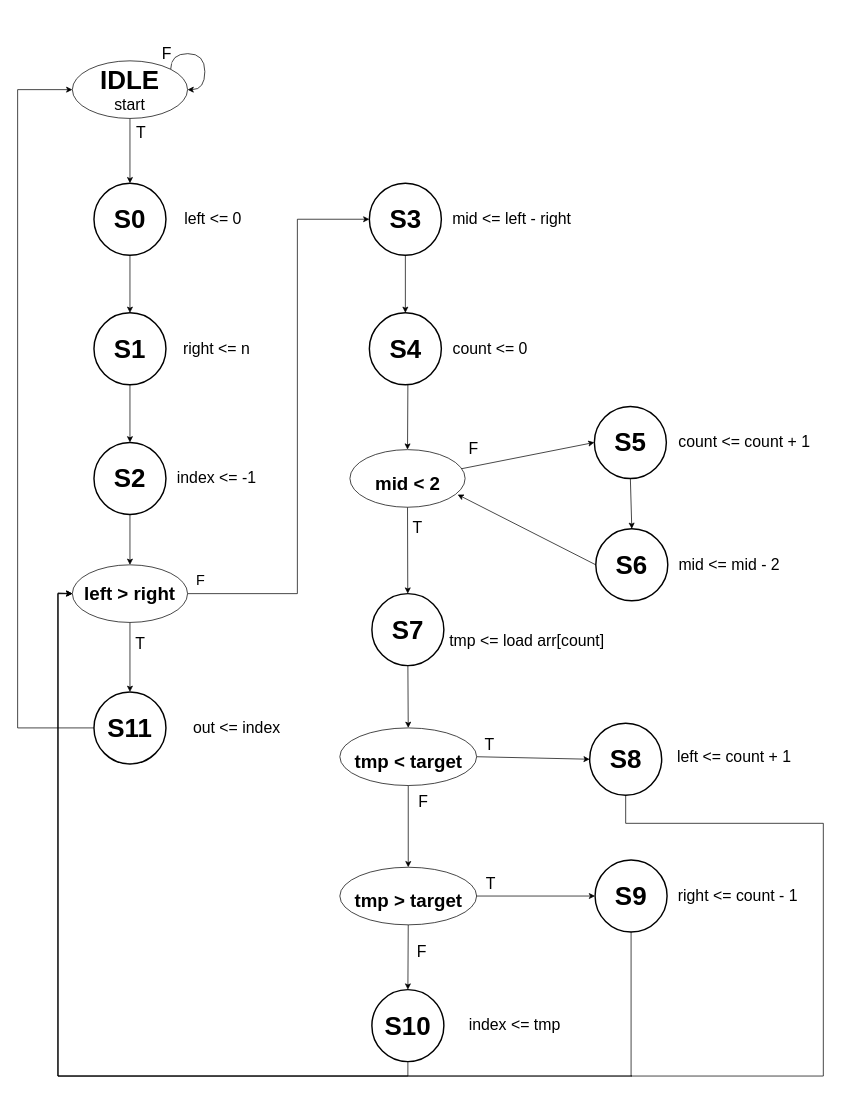
liakoyras/school-projects keeps this draw.io diagram as Integrated Circuits/Project 8/FSMD/Homework 8.drawio. Above is the earlier version. Source tidied: cells renumbered, new cells numbered last; positions are measured from the earlier drawing's top-left corner, leaving out a move shared by most shapes. Both pictures are drawn from the tidied source at 72%, with x=0, y=0 at pixel (17, 53).
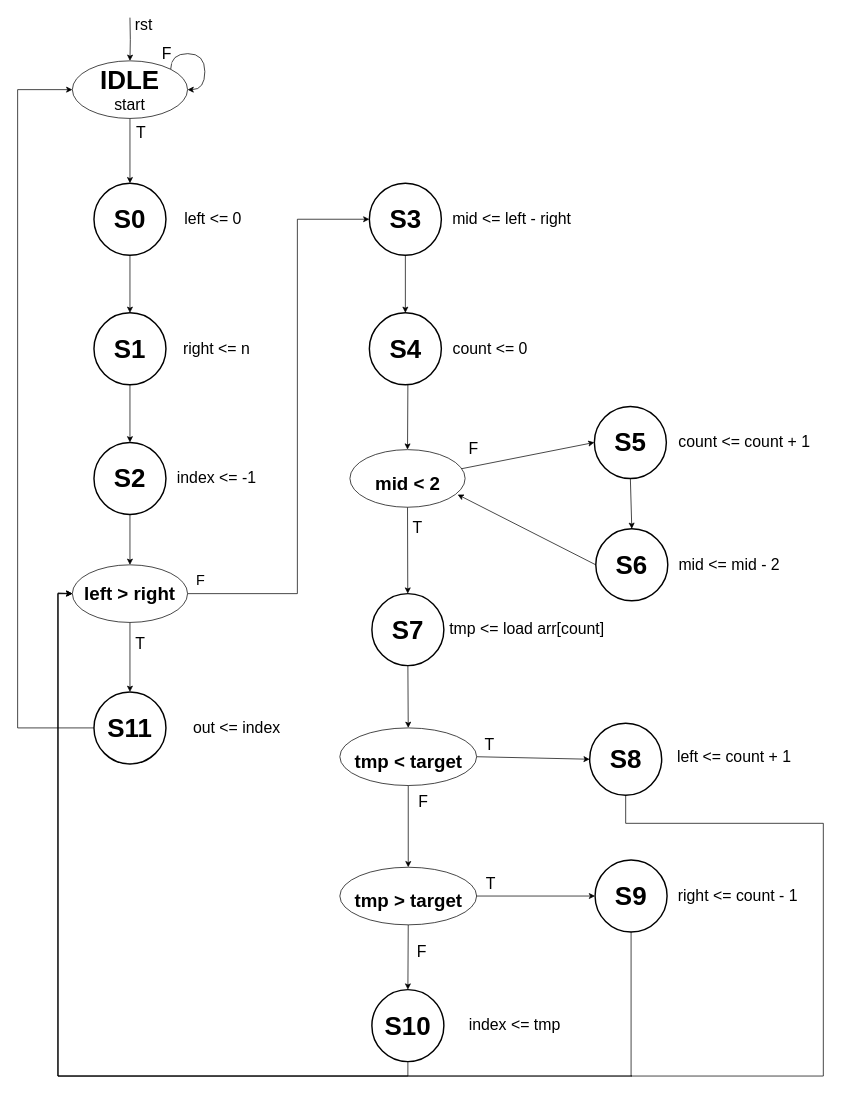
After the change.

Commit message (it also covers changes not shown here):
Integrated Circuits-8: Minor fixes on the FSMDs and the verilog algorithm. Added the datapath diagram.

Unchanged cells that the change refers to:
```xml
<mxCell id="41" style="group;" parent="1" vertex="1">
  <mxGeometry x="492" y="750" width="304.5" height="100" as="geometry" />
</mxCell>
<mxCell id="78" value="&lt;div&gt;&lt;font style=&quot;font-size: 36px&quot;&gt;&lt;b&gt;&lt;font style=&quot;font-size: 36px&quot;&gt;IDLE&lt;/font&gt;&lt;/b&gt;&lt;br&gt;&lt;/font&gt;&lt;/div&gt;&lt;div style=&quot;font-size: 22px&quot;&gt;start&lt;br&gt;&lt;font style=&quot;font-size: 36px&quot;&gt;&lt;/font&gt;&lt;/div&gt;" style="ellipse;whiteSpace=wrap;html=1;" parent="1" vertex="1">
  <mxGeometry x="76" y="10" width="160" height="80" as="geometry" />
</mxCell>
```

Diff of the diagram source:
```diff
@@
     <mxCell id="42" value="&lt;font style=&quot;font-size: 22px&quot;&gt;tmp &amp;lt;= load arr[count]&lt;/font&gt;" style="text;html=1;align=center;verticalAlign=middle;" parent="41" vertex="1">
-      <mxGeometry x="100" y="56" width="230" height="20" as="geometry" />
+      <mxGeometry x="100" y="40" width="230" height="20" as="geometry" />
     </mxCell>
@@
+    <mxCell id="85" style="edgeStyle=orthogonalEdgeStyle;rounded=0;jettySize=auto;html=1;exitX=0.5;exitY=0;exitDx=0;exitDy=0;entryX=0.5;entryY=0;entryDx=0;entryDy=0;" parent="1" edge="1" target="78">
+      <mxGeometry relative="1" as="geometry">
+        <mxPoint x="156" y="-50" as="sourcePoint" />
+      </mxGeometry>
+    </mxCell>
@@
+    <mxCell id="86" value="&lt;font style=&quot;font-size: 22px&quot;&gt;rst&lt;/font&gt;" style="text;html=1;align=center;verticalAlign=middle;" parent="1" vertex="1">
+      <mxGeometry x="155" y="-50" width="40" height="20" as="geometry" />
+    </mxCell>
```
